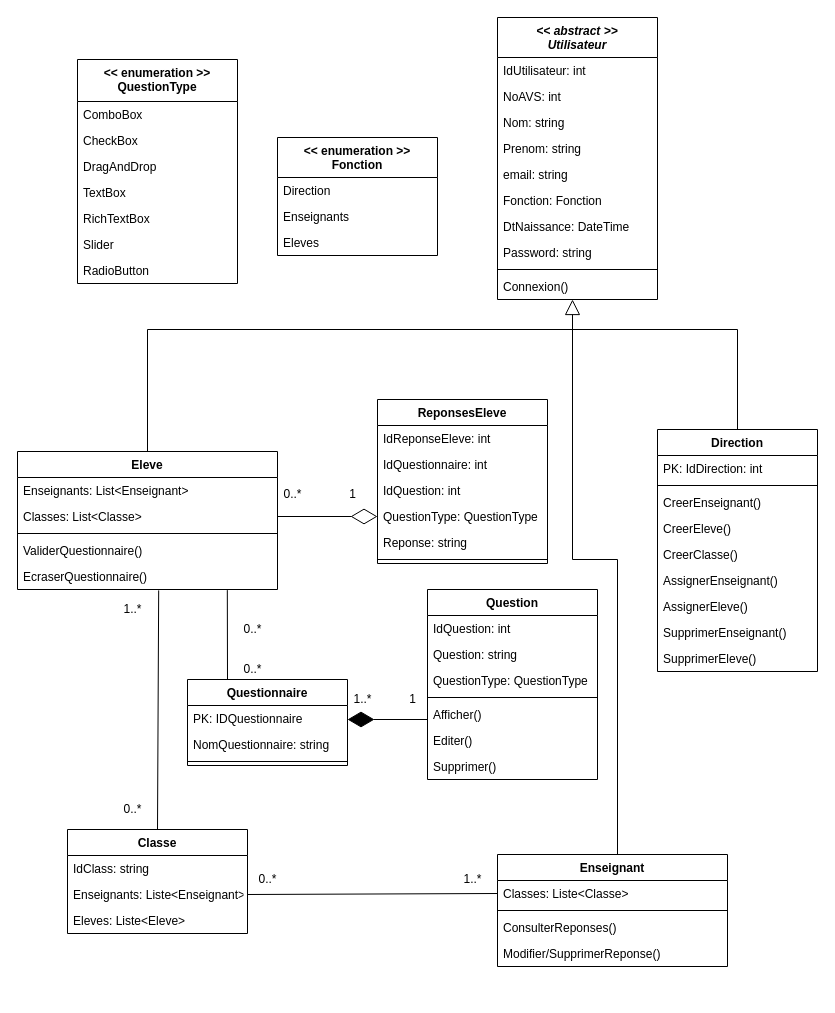
Earlier version of the draw.io diagram DiagramClass.drawio (Devetik/Diagrammes). Source tidied: cells renumbered, new cells numbered last; positions are measured from the earlier drawing's top-left corner, leaving out a move shared by most shapes. Both pictures are drawn from the tidied source at 100%, with x=0, y=0 at pixel (17, 17).
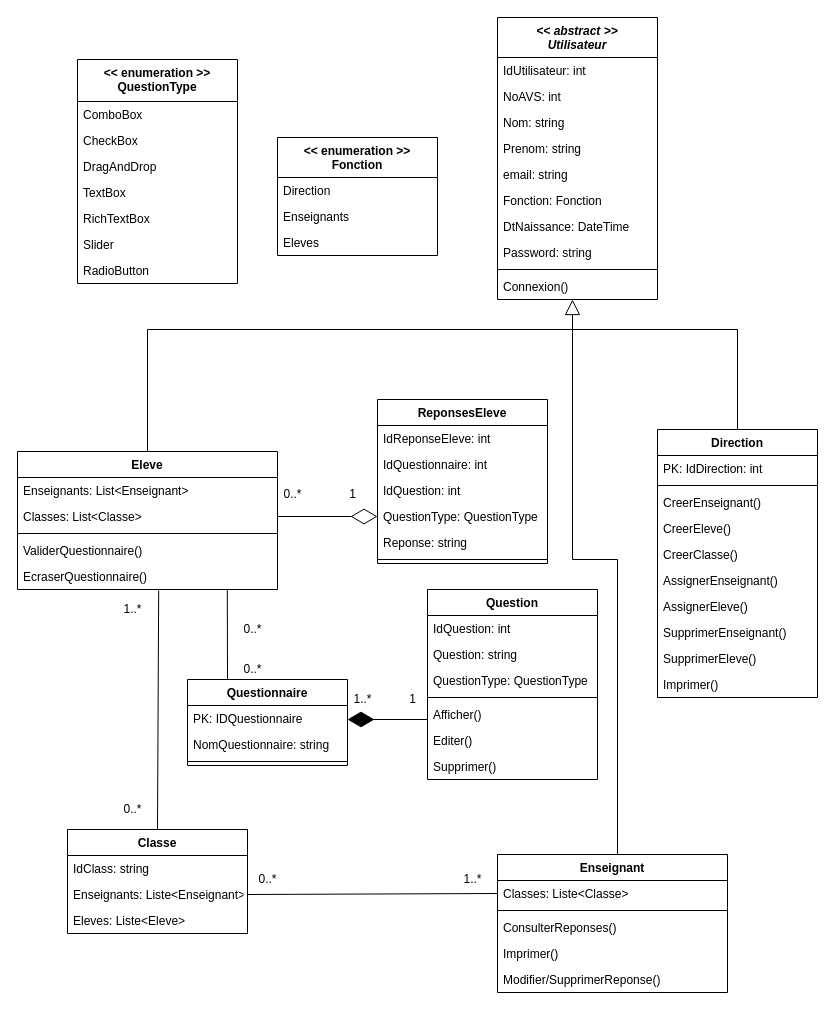
The same page after the edit.

Diff of the diagram source:
```diff
@@
     <mxCell id="9" value="Enseignant" style="swimlane;fontStyle=1;align=center;verticalAlign=top;horizontal=1;startSize=26;" parent="1" vertex="1">
-      <mxGeometry x="480" y="837" width="230" height="112" as="geometry" />
+      <mxGeometry x="480" y="837" width="230" height="138" as="geometry" />
     </mxCell>
@@
+    <mxCell id="87" value="Imprimer()" style="text;strokeColor=none;fillColor=none;align=left;verticalAlign=top;spacingLeft=4;spacingRight=4;overflow=hidden;" parent="9" vertex="1">
+      <mxGeometry y="86" width="230" height="26" as="geometry" />
+    </mxCell>
     <mxCell id="13" value="Modifier/SupprimerReponse()" style="text;strokeColor=none;fillColor=none;align=left;verticalAlign=top;spacingLeft=4;spacingRight=4;overflow=hidden;" parent="9" vertex="1">
-      <mxGeometry y="86" width="230" height="26" as="geometry" />
+      <mxGeometry y="112" width="230" height="26" as="geometry" />
     </mxCell>
@@
     <mxCell id="18" value="Direction" style="swimlane;fontStyle=1;align=center;verticalAlign=top;horizontal=1;startSize=26;" parent="1" vertex="1">
-      <mxGeometry x="640" y="412" width="160" height="242" as="geometry" />
+      <mxGeometry x="640" y="412" width="160" height="268" as="geometry" />
     </mxCell>
@@
+    <mxCell id="88" value="Imprimer()" style="text;strokeColor=none;fillColor=none;align=left;verticalAlign=top;spacingLeft=4;spacingRight=4;overflow=hidden;" parent="18" vertex="1">
+      <mxGeometry y="242" width="160" height="26" as="geometry" />
+    </mxCell>
```
